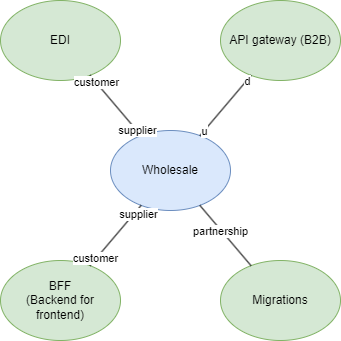
This is docs/images/context-map.drawio.png from Energinet-DataHub/opengeh-wholesale, a draw.io export, as it was before one commit. Source tidied: cells renumbered, new cells last; positions are measured from the earlier drawing's top-left corner, leaving out a move shared by most shapes.
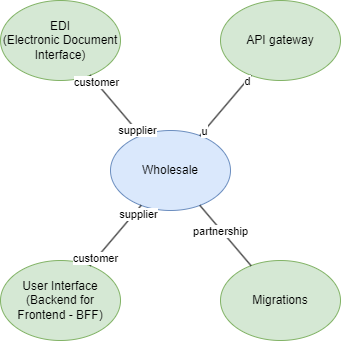
After the change.

The edit, as a diff of the source:
```diff
@@ -2,10 +2,10 @@
   <root>
     <mxCell id="0" />
     <mxCell id="1" parent="0" />
-    <mxCell id="2" value="EDI" style="ellipse;whiteSpace=wrap;html=1;fillColor=#d5e8d4;strokeColor=#82b366;" parent="1" vertex="1">
+    <mxCell id="2" value="EDI&lt;br&gt;(Electronic Document Interface)" style="ellipse;whiteSpace=wrap;html=1;fillColor=#d5e8d4;strokeColor=#82b366;" parent="1" vertex="1">
       <mxGeometry width="120" height="80" as="geometry" />
     </mxCell>
-    <mxCell id="3" value="API gateway (B2B)" style="ellipse;whiteSpace=wrap;html=1;fillColor=#d5e8d4;strokeColor=#82b366;" parent="1" vertex="1">
+    <mxCell id="3" value="API gateway" style="ellipse;whiteSpace=wrap;html=1;fillColor=#d5e8d4;strokeColor=#82b366;" parent="1" vertex="1">
       <mxGeometry x="220" width="120" height="80" as="geometry" />
     </mxCell>
     <mxCell id="4" value="Wholesale" style="ellipse;whiteSpace=wrap;html=1;fillColor=#dae8fc;strokeColor=#6c8ebf;" parent="1" vertex="1">
@@ -40,7 +40,7 @@
     <mxCell id="13" value="partnership" style="edgeLabel;html=1;align=center;verticalAlign=middle;" parent="12" vertex="1">
       <mxGeometry x="-0.16" y="-1" relative="1" as="geometry" />
     </mxCell>
-    <mxCell id="14" value="BFF&lt;br&gt;(Backend for frontend)" style="ellipse;whiteSpace=wrap;html=1;fillColor=#d5e8d4;strokeColor=#82b366;" parent="1" vertex="1">
+    <mxCell id="14" value="User Interface&lt;br&gt;(Backend for Frontend - BFF)" style="ellipse;whiteSpace=wrap;html=1;fillColor=#d5e8d4;strokeColor=#82b366;" parent="1" vertex="1">
       <mxGeometry y="260" width="120" height="80" as="geometry" />
     </mxCell>
     <mxCell id="15" style="endArrow=none;html=1;rounded=0;startArrow=none;startFill=0;endFill=0;" parent="1" edge="1" source="4" target="14">
```
